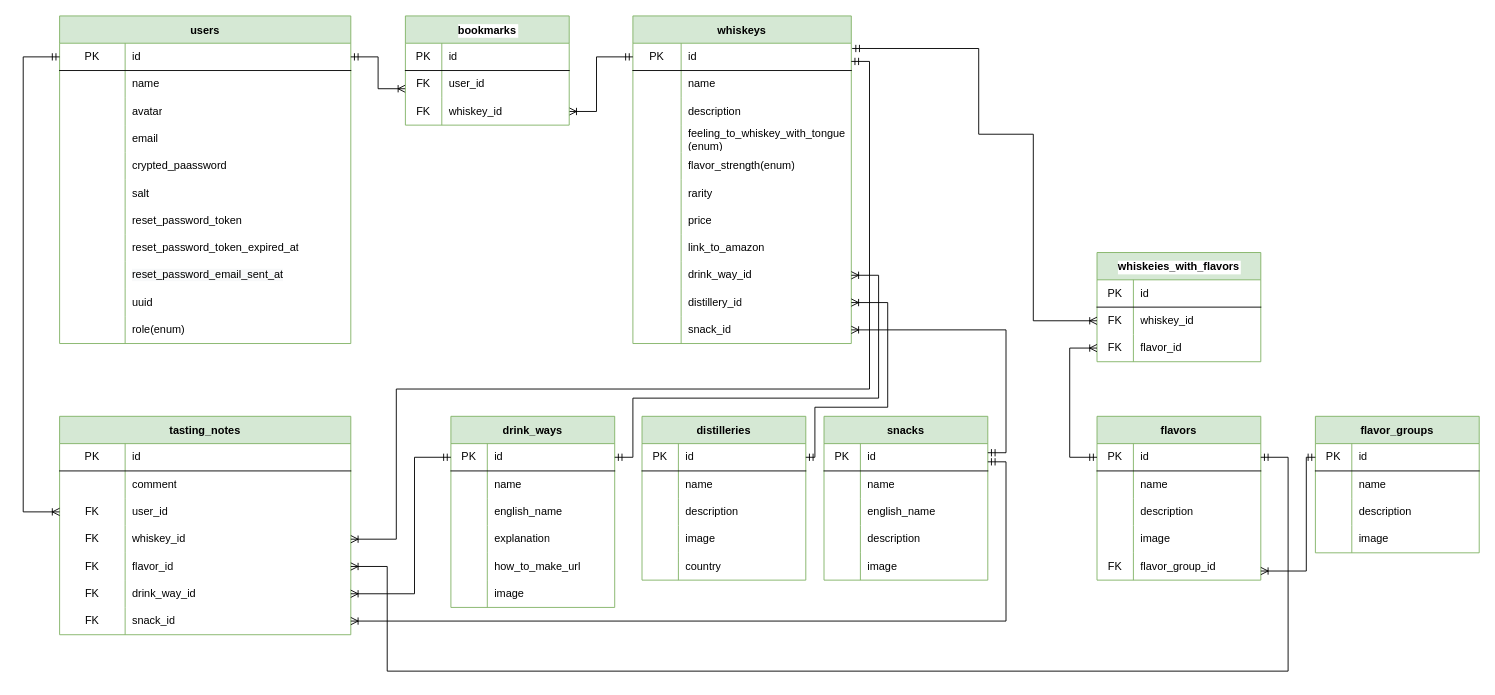
This is erd.drawio from tarakish/whiskey_database, a draw.io file, before an edit. Source tidied: cells renumbered, new cells numbered last; positions are measured from the earlier drawing's top-left corner, leaving out a move shared by most shapes. Both pictures are drawn from the tidied source at 91%, with x=0, y=0 at pixel (23, 15).
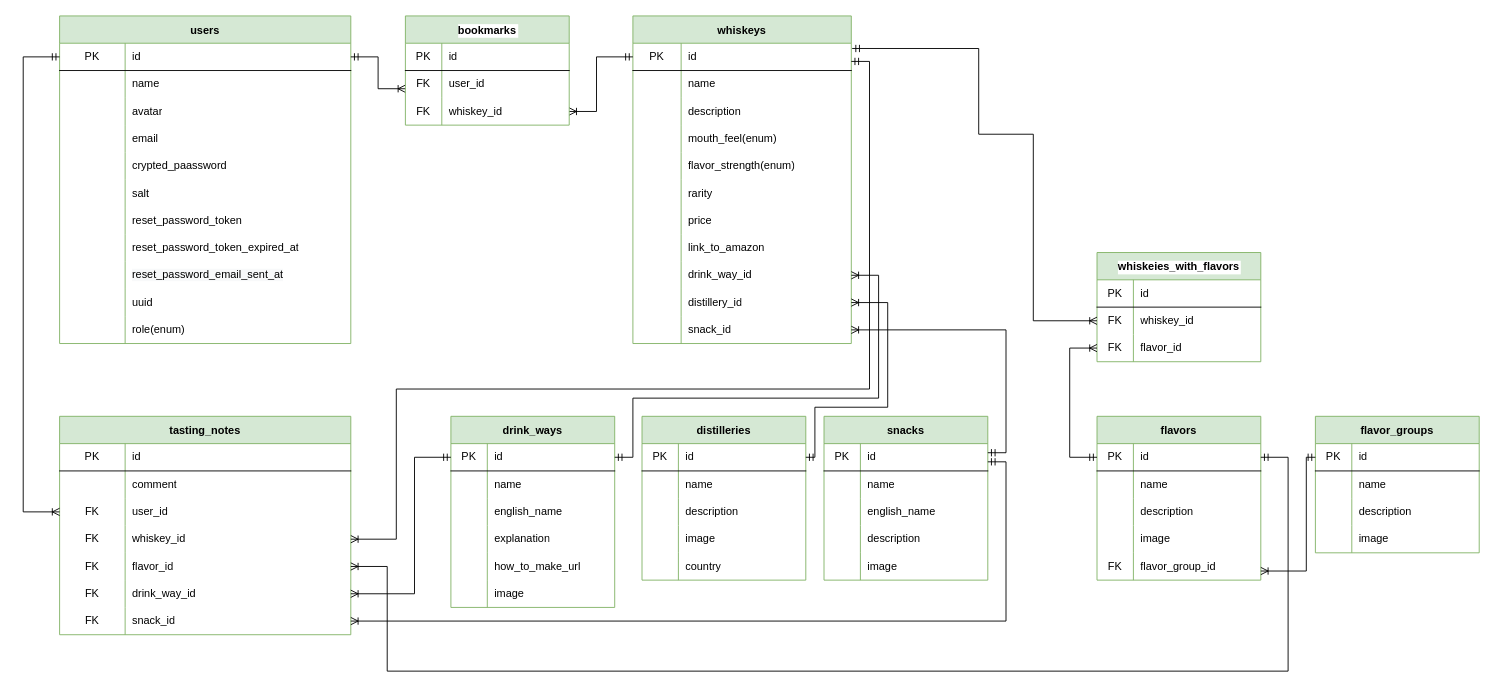
After the change.

The change refers to these unchanged cells:
```xml
<mxCell id="63" style="shape=partialRectangle;html=1;whiteSpace=wrap;fillColor=none;top=0;left=0;bottom=0;right=0;" parent="53" vertex="1">
  <mxGeometry y="120" width="240" height="30" as="geometry" />
</mxCell>
```

What changed in the source:
```diff
@@
-    <mxCell id="65" value="feeling_to_whiskey_with_tongue&lt;br&gt;(enum)" style="shape=partialRectangle;html=1;whiteSpace=wrap;fillColor=none;top=0;left=0;bottom=0;right=0;align=left;spacingLeft=6;overflow=hidden;" parent="63" vertex="1">
+    <mxCell id="65" value="mouth_feel(enum)" style="shape=partialRectangle;html=1;whiteSpace=wrap;fillColor=none;top=0;left=0;bottom=0;right=0;align=left;spacingLeft=6;overflow=hidden;" parent="63" vertex="1">
       <mxGeometry x="53" width="187" height="30" as="geometry" />
     </mxCell>
```
